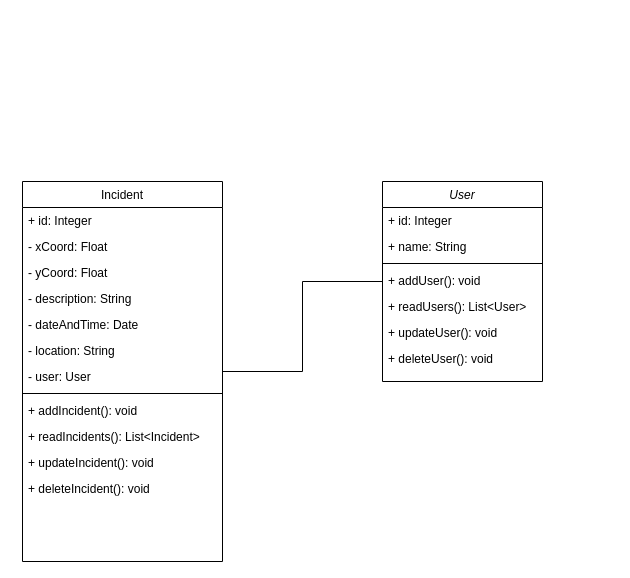
Before: docs/design/UML.drawio in kikiisong/SecurityWebApp, a draw.io diagram. Source tidied: cells renumbered, new cells numbered last; positions are measured from the earlier drawing's top-left corner, leaving out a move shared by most shapes. Both pictures are drawn from the tidied source at 100%, with x=0, y=0 at pixel (22, 181).
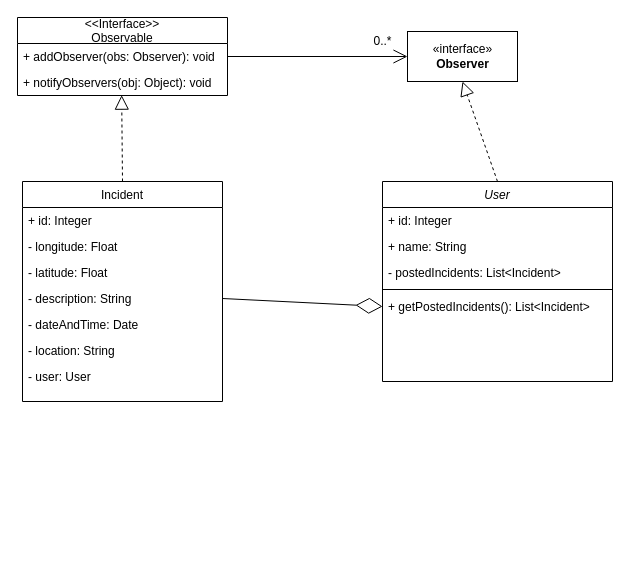
The same diagram, later.

Unchanged cells that the change refers to:
```xml
<mxCell id="14" value="- description: String" style="text;align=left;verticalAlign=top;spacingLeft=4;spacingRight=4;overflow=hidden;points=[[0,0.5],[1,0.5]];portConstraint=eastwest;rounded=0;shadow=0;html=0;" parent="10" vertex="1">
  <mxGeometry y="104" width="200" height="26" as="geometry" />
</mxCell>
```

What changed in the source:
```diff
@@
     <mxCell id="2" value="User" style="swimlane;fontStyle=2;align=center;verticalAlign=top;horizontal=1;startSize=26;rounded=0;shadow=0;strokeWidth=1;" parent="1" vertex="1">
-      <mxGeometry x="360" width="160" height="200" as="geometry" />
+      <mxGeometry x="360" width="230" height="200" as="geometry" />
     </mxCell>
     <mxCell id="3" value="+ id: Integer" style="text;align=left;verticalAlign=top;spacingLeft=4;spacingRight=4;overflow=hidden;rounded=0;shadow=0;html=0;" parent="2" vertex="1">
-      <mxGeometry y="26" width="160" height="26" as="geometry" />
+      <mxGeometry y="26" width="230" height="26" as="geometry" />
     </mxCell>
     <mxCell id="4" value="+ name: String" style="text;align=left;verticalAlign=top;spacingLeft=4;spacingRight=4;overflow=hidden;" parent="2" vertex="1">
-      <mxGeometry y="52" width="160" height="26" as="geometry" />
+      <mxGeometry y="52" width="230" height="26" as="geometry" />
     </mxCell>
+    <mxCell id="24" value="- postedIncidents: List&lt;Incident&gt;" style="text;strokeColor=none;fillColor=none;align=left;verticalAlign=top;spacingLeft=4;spacingRight=4;overflow=hidden;" parent="2" vertex="1">
+      <mxGeometry y="78" width="230" height="26" as="geometry" />
+    </mxCell>
     <mxCell id="5" style="line;html=1;strokeWidth=1;align=left;verticalAlign=middle;spacingTop=-1;spacingLeft=3;spacingRight=3;labelPosition=right;" parent="2" vertex="1">
-      <mxGeometry y="78" width="160" height="8" as="geometry" />
+      <mxGeometry y="104" width="230" height="8" as="geometry" />
     </mxCell>
-    <mxCell id="6" value="+ addUser(): void" style="text;strokeColor=none;fillColor=none;align=left;verticalAlign=top;spacingLeft=4;spacingRight=4;overflow=hidden;" parent="2" vertex="1">
-      <mxGeometry y="86" width="160" height="26" as="geometry" />
-    </mxCell>
-    <mxCell id="7" value="+ readUsers(): List&lt;User&gt;" style="text;strokeColor=none;fillColor=none;align=left;verticalAlign=top;spacingLeft=4;spacingRight=4;overflow=hidden;" parent="2" vertex="1">
-      <mxGeometry y="112" width="160" height="26" as="geometry" />
-    </mxCell>
-    <mxCell id="8" value="+ updateUser(): void" style="text;strokeColor=none;fillColor=none;align=left;verticalAlign=top;spacingLeft=4;spacingRight=4;overflow=hidden;" parent="2" vertex="1">
-      <mxGeometry y="138" width="160" height="26" as="geometry" />
-    </mxCell>
-    <mxCell id="9" value="+ deleteUser(): void&#10;" style="text;strokeColor=none;fillColor=none;align=left;verticalAlign=top;spacingLeft=4;spacingRight=4;overflow=hidden;" parent="2" vertex="1">
-      <mxGeometry y="164" width="160" height="26" as="geometry" />
-    </mxCell>
+    <mxCell id="25" value="+ getPostedIncidents(): List&lt;Incident&gt;" style="text;strokeColor=none;fillColor=none;align=left;verticalAlign=top;spacingLeft=4;spacingRight=4;overflow=hidden;points=[[0,0.5],[1,0.5]];portConstraint=eastwest;" parent="2" vertex="1">
+      <mxGeometry y="112" width="230" height="26" as="geometry" />
+    </mxCell>
     <mxCell id="10" value="Incident" style="swimlane;fontStyle=0;align=center;verticalAlign=top;horizontal=1;startSize=26;rounded=0;shadow=0;strokeWidth=1;" parent="1" vertex="1">
-      <mxGeometry width="200" height="380" as="geometry" />
+      <mxGeometry width="200" height="220" as="geometry" />
     </mxCell>
@@
-    <mxCell id="12" value="- xCoord: Float" style="text;align=left;verticalAlign=top;spacingLeft=4;spacingRight=4;overflow=hidden;rounded=0;shadow=0;html=0;" parent="10" vertex="1">
+    <mxCell id="12" value="- longitude: Float" style="text;align=left;verticalAlign=top;spacingLeft=4;spacingRight=4;overflow=hidden;rounded=0;shadow=0;html=0;" parent="10" vertex="1">
       <mxGeometry y="52" width="200" height="26" as="geometry" />
     </mxCell>
-    <mxCell id="13" value="- yCoord: Float" style="text;align=left;verticalAlign=top;spacingLeft=4;spacingRight=4;overflow=hidden;rounded=0;shadow=0;html=0;" parent="10" vertex="1">
+    <mxCell id="13" value="- latitude: Float" style="text;align=left;verticalAlign=top;spacingLeft=4;spacingRight=4;overflow=hidden;rounded=0;shadow=0;html=0;" parent="10" vertex="1">
       <mxGeometry y="78" width="200" height="26" as="geometry" />
     </mxCell>
@@
-    <mxCell id="18" style="line;html=1;strokeWidth=1;align=left;verticalAlign=middle;spacingTop=-1;spacingLeft=3;spacingRight=3;labelPosition=right;" parent="10" vertex="1">
-      <mxGeometry y="208" width="200" height="8" as="geometry" />
-    </mxCell>
-    <mxCell id="19" value="+ addIncident(): void" style="text;strokeColor=none;fillColor=none;align=left;verticalAlign=top;spacingLeft=4;spacingRight=4;overflow=hidden;" parent="10" vertex="1">
-      <mxGeometry y="216" width="200" height="26" as="geometry" />
-    </mxCell>
-    <mxCell id="20" value="+ readIncidents(): List&lt;Incident&gt;" style="text;strokeColor=none;fillColor=none;align=left;verticalAlign=top;spacingLeft=4;spacingRight=4;overflow=hidden;" parent="10" vertex="1">
-      <mxGeometry y="242" width="200" height="26" as="geometry" />
-    </mxCell>
-    <mxCell id="21" value="+ updateIncident(): void" style="text;strokeColor=none;fillColor=none;align=left;verticalAlign=top;spacingLeft=4;spacingRight=4;overflow=hidden;" parent="10" vertex="1">
-      <mxGeometry y="268" width="200" height="26" as="geometry" />
-    </mxCell>
-    <mxCell id="22" value="+ deleteIncident(): void" style="text;strokeColor=none;fillColor=none;align=left;verticalAlign=top;spacingLeft=4;spacingRight=4;overflow=hidden;" parent="10" vertex="1">
-      <mxGeometry y="294" width="200" height="26" as="geometry" />
-    </mxCell>
-    <mxCell id="23" style="endArrow=none;html=1;rounded=0;edgeStyle=orthogonalEdgeStyle;exitX=1;exitY=0.5;exitDx=0;exitDy=0;entryX=0;entryY=0.5;entryDx=0;entryDy=0;" parent="1" edge="1" source="10" target="2">
-      <mxGeometry relative="1" as="geometry" />
-    </mxCell>
+    <mxCell id="26" value="«interface»&lt;br&gt;&lt;b&gt;Observer&lt;/b&gt;" style="html=1;" parent="1" vertex="1">
+      <mxGeometry x="385" y="-150" width="110" height="50" as="geometry" />
+    </mxCell>
+    <mxCell id="27" style="endArrow=block;dashed=1;endFill=0;endSize=12;html=1;rounded=0;entryX=0.5;entryY=1;entryDx=0;entryDy=0;exitX=0.5;exitY=0;exitDx=0;exitDy=0;" parent="1" edge="1" source="2" target="26">
+      <mxGeometry relative="1" as="geometry" />
+    </mxCell>
+    <mxCell id="28" style="endArrow=block;dashed=1;endFill=0;endSize=12;html=1;rounded=0;entryX=0.496;entryY=0.987;entryDx=0;entryDy=0;exitX=0.5;exitY=0;exitDx=0;exitDy=0;entryPerimeter=0;" parent="1" edge="1" source="10" target="33">
+      <mxGeometry relative="1" as="geometry" />
+    </mxCell>
+    <mxCell id="29" style="endArrow=open;endFill=1;endSize=12;html=1;rounded=0;entryX=0;entryY=0.5;entryDx=0;entryDy=0;" parent="1" edge="1" source="32" target="26">
+      <mxGeometry relative="1" as="geometry" />
+    </mxCell>
+    <mxCell id="30" value="0..*" style="text;html=1;align=center;verticalAlign=middle;strokeColor=none;fillColor=none;" parent="1" vertex="1">
+      <mxGeometry x="345" y="-150" width="30" height="20" as="geometry" />
+    </mxCell>
+    <mxCell id="31" value="&lt;&lt;Interface&gt;&gt;&#10;Observable" style="swimlane;fontStyle=0;horizontal=1;startSize=26;fillColor=none;" parent="1" vertex="1">
+      <mxGeometry x="-5" y="-164" width="210" height="78" as="geometry" />
+    </mxCell>
+    <mxCell id="32" value="+ addObserver(obs: Observer): void" style="text;strokeColor=none;fillColor=none;align=left;verticalAlign=top;spacingLeft=4;spacingRight=4;overflow=hidden;points=[[0,0.5],[1,0.5]];portConstraint=eastwest;" parent="31" vertex="1">
+      <mxGeometry y="26" width="210" height="26" as="geometry" />
+    </mxCell>
+    <mxCell id="33" value="+ notifyObservers(obj: Object): void" style="text;strokeColor=none;fillColor=none;align=left;verticalAlign=top;spacingLeft=4;spacingRight=4;overflow=hidden;points=[[0,0.5],[1,0.5]];portConstraint=eastwest;" parent="31" vertex="1">
+      <mxGeometry y="52" width="210" height="26" as="geometry" />
+    </mxCell>
+    <mxCell id="34" style="endArrow=diamondThin;endFill=0;endSize=24;html=1;rounded=0;exitX=1;exitY=0.5;exitDx=0;exitDy=0;entryX=0;entryY=0.5;entryDx=0;entryDy=0;" parent="1" edge="1" source="14" target="25">
+      <mxGeometry relative="1" as="geometry" />
+    </mxCell>
```
